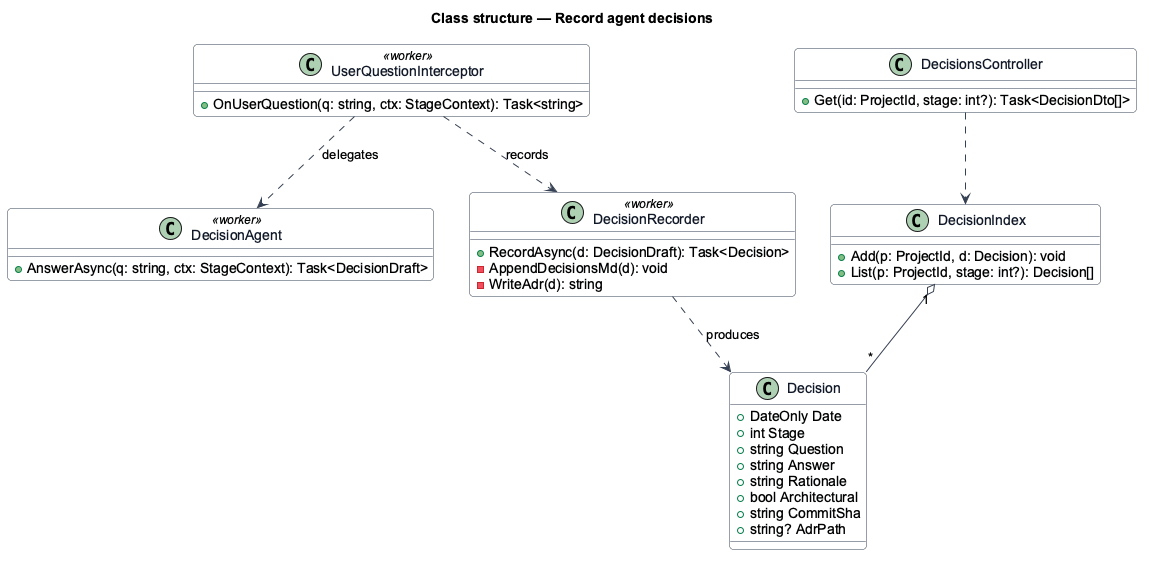
Above: docs/detailed-designs/pipeline/record-decisions/diagrams/class-structure.png in QuinntyneBrown/hewn (PlantUML), before the change. The source it was exported from:
```plantuml
@startuml
skinparam backgroundColor #FFFFFF
skinparam shadowing false
skinparam roundcorner 8
skinparam defaultFontName Arial
skinparam ArrowColor #344054
skinparam class {
  BorderColor #344054
  FontColor #101828
  BackgroundColor #F9FAFB
}
title Class structure — Record agent decisions

class Decision {
  +DateOnly Date
  +int Stage
  +string Question
  +string Answer
  +string Rationale
  +bool Architectural
  +string CommitSha
  +string? AdrPath
}
class UserQuestionInterceptor <<worker>> {
  +OnUserQuestion(q: string, ctx: StageContext): Task<string>
}
class DecisionAgent <<worker>> {
  +AnswerAsync(q: string, ctx: StageContext): Task<DecisionDraft>
}
class DecisionRecorder <<worker>> {
  +RecordAsync(d: DecisionDraft): Task<Decision>
  -AppendDecisionsMd(d): void
  -WriteAdr(d): string
}
class DecisionIndex {
  +Add(p: ProjectId, d: Decision): void
  +List(p: ProjectId, stage: int?): Decision[]
}
class DecisionsController {
  +Get(id: ProjectId, stage: int?): Task<DecisionDto[]>
}
UserQuestionInterceptor ..> DecisionAgent : delegates
UserQuestionInterceptor ..> DecisionRecorder : records
DecisionRecorder ..> Decision : produces
DecisionIndex "1" o-- "*" Decision
DecisionsController ..> DecisionIndex
@enduml
```
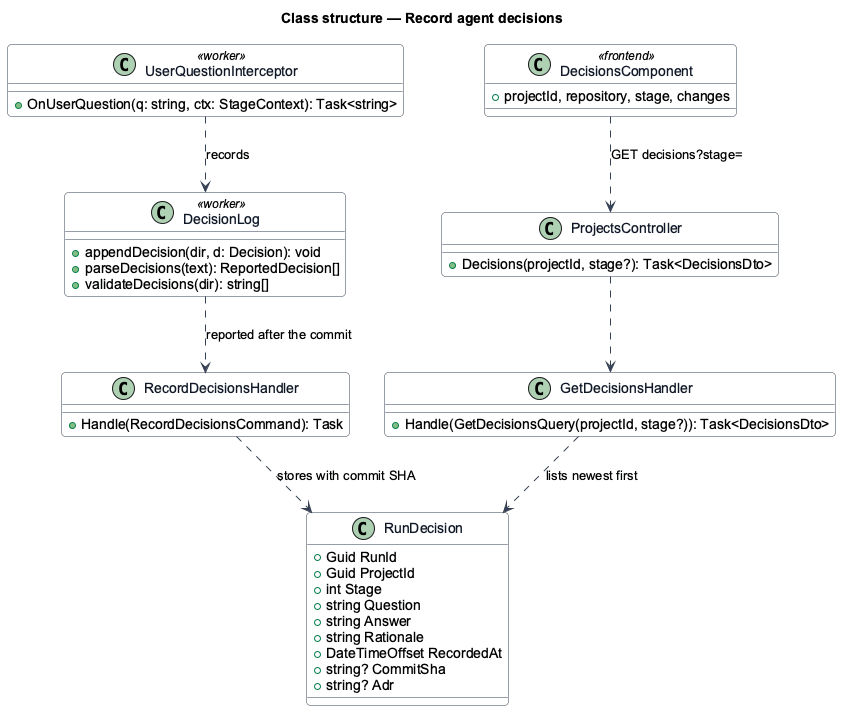
Above is the later version.

Diff of the diagram source:
```diff
@@ -11,37 +11,41 @@
 }
 title Class structure — Record agent decisions
 
-class Decision {
-  +DateOnly Date
+class RunDecision {
+  +Guid RunId
+  +Guid ProjectId
   +int Stage
   +string Question
   +string Answer
   +string Rationale
-  +bool Architectural
-  +string CommitSha
-  +string? AdrPath
+  +DateTimeOffset RecordedAt
+  +string? CommitSha
+  +string? Adr
 }
 class UserQuestionInterceptor <<worker>> {
   +OnUserQuestion(q: string, ctx: StageContext): Task<string>
 }
-class DecisionAgent <<worker>> {
-  +AnswerAsync(q: string, ctx: StageContext): Task<DecisionDraft>
+class DecisionLog <<worker>> {
+  +appendDecision(dir, d: Decision): void
+  +parseDecisions(text): ReportedDecision[]
+  +validateDecisions(dir): string[]
 }
-class DecisionRecorder <<worker>> {
-  +RecordAsync(d: DecisionDraft): Task<Decision>
-  -AppendDecisionsMd(d): void
-  -WriteAdr(d): string
+class RecordDecisionsHandler {
+  +Handle(RecordDecisionsCommand): Task
 }
-class DecisionIndex {
-  +Add(p: ProjectId, d: Decision): void
-  +List(p: ProjectId, stage: int?): Decision[]
+class GetDecisionsHandler {
+  +Handle(GetDecisionsQuery(projectId, stage?)): Task<DecisionsDto>
 }
-class DecisionsController {
-  +Get(id: ProjectId, stage: int?): Task<DecisionDto[]>
+class ProjectsController {
+  +Decisions(projectId, stage?): Task<DecisionsDto>
 }
-UserQuestionInterceptor ..> DecisionAgent : delegates
-UserQuestionInterceptor ..> DecisionRecorder : records
-DecisionRecorder ..> Decision : produces
-DecisionIndex "1" o-- "*" Decision
-DecisionsController ..> DecisionIndex
+class DecisionsComponent <<frontend>> {
+  +projectId, repository, stage, changes
+}
+UserQuestionInterceptor ..> DecisionLog : records
+DecisionLog ..> RecordDecisionsHandler : reported after the commit
+RecordDecisionsHandler ..> RunDecision : stores with commit SHA
+GetDecisionsHandler ..> RunDecision : lists newest first
+ProjectsController ..> GetDecisionsHandler
+DecisionsComponent ..> ProjectsController : GET decisions?stage=
 @enduml
```
